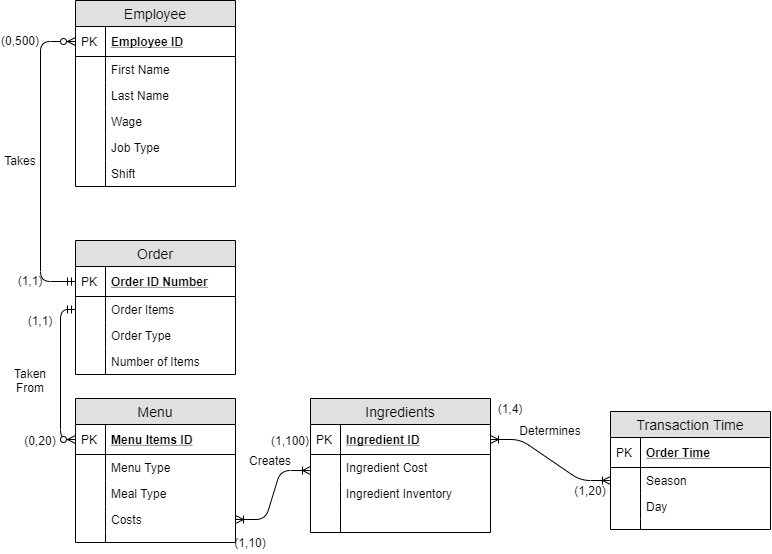
ejm5763/IST210 keeps this draw.io diagram as introduction/IST210 Group Project Restaurant Data Model.png. Above is the earlier version. Source tidied: cells renumbered, new cells last; positions are measured from the earlier drawing's top-left corner, leaving out a move shared by most shapes.
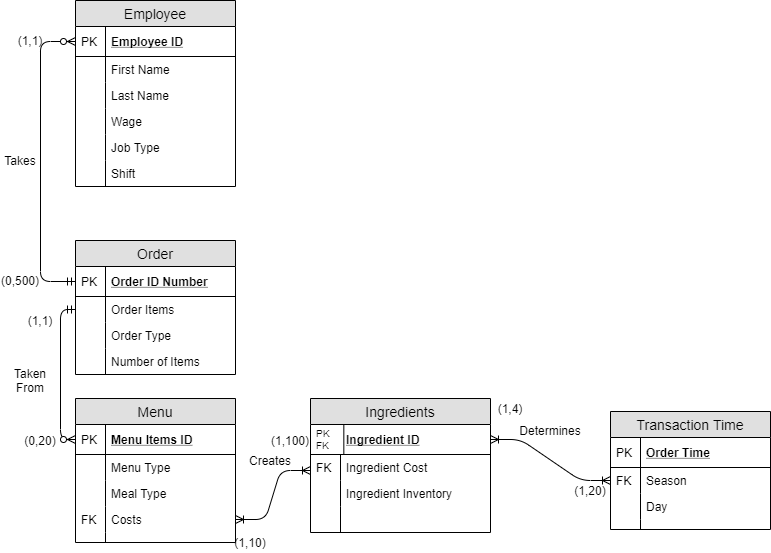
Above is the later version.

Diff of the diagram source:
```diff
@@ -104,7 +104,7 @@
     <mxCell id="35" value="Costs" style="shape=partialRectangle;top=0;left=0;right=0;bottom=0;align=left;verticalAlign=top;fillColor=none;spacingLeft=34;spacingRight=4;overflow=hidden;points=[[0,0.5],[1,0.5]];portConstraint=eastwest;fontSize=12;" parent="28" vertex="1">
       <mxGeometry y="108" width="160" height="26" as="geometry" />
     </mxCell>
-    <mxCell id="36" style="shape=partialRectangle;top=0;left=0;bottom=0;fillColor=none;align=left;verticalAlign=top;spacingLeft=4;spacingRight=4;overflow=hidden;fontSize=12;" parent="35" vertex="1">
+    <mxCell id="36" value="FK" style="shape=partialRectangle;top=0;left=0;bottom=0;fillColor=none;align=left;verticalAlign=top;spacingLeft=4;spacingRight=4;overflow=hidden;fontSize=12;" parent="35" vertex="1">
       <mxGeometry width="30" height="26" as="geometry" />
     </mxCell>
     <mxCell id="37" style="shape=partialRectangle;top=0;left=0;right=0;bottom=0;align=left;verticalAlign=top;fillColor=none;spacingLeft=34;spacingRight=4;overflow=hidden;fontSize=12;" parent="28" vertex="1">
@@ -119,13 +119,13 @@
     <mxCell id="40" value="Ingredient ID" style="shape=partialRectangle;top=0;left=0;right=0;bottom=1;align=left;verticalAlign=middle;fillColor=none;spacingLeft=34;spacingRight=4;overflow=hidden;points=[[0,0.5],[1,0.5]];portConstraint=eastwest;fontStyle=5;fontSize=12;" parent="39" vertex="1">
       <mxGeometry y="26" width="180" height="30" as="geometry" />
     </mxCell>
-    <mxCell id="41" value="PK" style="shape=partialRectangle;top=0;left=0;bottom=0;fillColor=none;align=left;verticalAlign=middle;spacingLeft=4;spacingRight=4;overflow=hidden;fontSize=12;" parent="40" vertex="1">
-      <mxGeometry width="30" height="30" as="geometry" />
+    <mxCell id="41" value="PK&#10;FK" style="shape=partialRectangle;top=0;left=0;bottom=0;fillColor=none;align=left;verticalAlign=middle;spacingLeft=4;spacingRight=4;overflow=hidden;fontSize=10;" parent="40" vertex="1">
+      <mxGeometry width="33.3" height="30" as="geometry" />
     </mxCell>
     <mxCell id="42" value="Ingredient Cost" style="shape=partialRectangle;top=0;left=0;right=0;bottom=0;align=left;verticalAlign=top;fillColor=none;spacingLeft=34;spacingRight=4;overflow=hidden;fontSize=12;" parent="39" vertex="1">
       <mxGeometry y="56" width="180" height="26" as="geometry" />
     </mxCell>
-    <mxCell id="43" style="shape=partialRectangle;top=0;left=0;bottom=0;fillColor=none;align=left;verticalAlign=top;spacingLeft=4;spacingRight=4;overflow=hidden;fontSize=12;" parent="42" vertex="1">
+    <mxCell id="43" value="FK" style="shape=partialRectangle;top=0;left=0;bottom=0;fillColor=none;align=left;verticalAlign=top;spacingLeft=4;spacingRight=4;overflow=hidden;fontSize=12;" parent="42" vertex="1">
       <mxGeometry width="30" height="26" as="geometry" />
     </mxCell>
     <mxCell id="44" value="Ingredient Inventory" style="shape=partialRectangle;top=0;left=0;right=0;bottom=0;align=left;verticalAlign=top;fillColor=none;spacingLeft=34;spacingRight=4;overflow=hidden;fontSize=12;" parent="39" vertex="1">
@@ -152,7 +152,7 @@
     <mxCell id="51" value="Season" style="shape=partialRectangle;top=0;left=0;right=0;bottom=0;align=left;verticalAlign=top;fillColor=none;spacingLeft=34;spacingRight=4;overflow=hidden;points=[[0,0.5],[1,0.5]];portConstraint=eastwest;fontSize=12;" parent="48" vertex="1">
       <mxGeometry y="56" width="160" height="26" as="geometry" />
     </mxCell>
-    <mxCell id="52" style="shape=partialRectangle;top=0;left=0;bottom=0;fillColor=none;align=left;verticalAlign=top;spacingLeft=4;spacingRight=4;overflow=hidden;fontSize=12;" parent="51" vertex="1">
+    <mxCell id="52" value="FK" style="shape=partialRectangle;top=0;left=0;bottom=0;fillColor=none;align=left;verticalAlign=top;spacingLeft=4;spacingRight=4;overflow=hidden;fontSize=12;" parent="51" vertex="1">
       <mxGeometry width="30" height="26" as="geometry" />
     </mxCell>
     <mxCell id="53" value="Day" style="shape=partialRectangle;top=0;left=0;right=0;bottom=0;align=left;verticalAlign=top;fillColor=none;spacingLeft=34;spacingRight=4;overflow=hidden;fontSize=12;" parent="48" vertex="1">
@@ -176,10 +176,10 @@
       </mxGeometry>
     </mxCell>
     <mxCell id="58" value="(0,500)" style="text;html=1;strokeColor=none;fillColor=none;align=center;verticalAlign=middle;whiteSpace=wrap;rounded=0;" parent="1" vertex="1">
-      <mxGeometry y="30" width="40" height="20" as="geometry" />
+      <mxGeometry y="270" width="40" height="20" as="geometry" />
     </mxCell>
     <mxCell id="59" value="(1,1)" style="text;html=1;strokeColor=none;fillColor=none;align=center;verticalAlign=middle;whiteSpace=wrap;rounded=0;" parent="1" vertex="1">
-      <mxGeometry x="10" y="270" width="40" height="20" as="geometry" />
+      <mxGeometry x="10" y="30" width="40" height="20" as="geometry" />
     </mxCell>
     <mxCell id="60" value="(1,1)" style="text;html=1;strokeColor=none;fillColor=none;align=center;verticalAlign=middle;whiteSpace=wrap;rounded=0;" parent="1" vertex="1">
       <mxGeometry x="20" y="310" width="40" height="20" as="geometry" />
```
